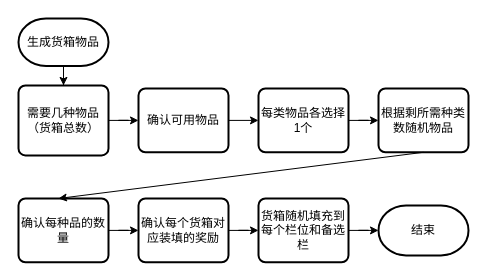
fanyixin0428/towerdefencegame keeps this draw.io diagram as page "第 4 页" (4 of 4) of Untitled Diagram.drawio. Above is the earlier version. Source tidied: cells renumbered, new cells numbered last; positions are measured from the earlier drawing's top-left corner, leaving out a move shared by most shapes. Both pictures are drawn from the tidied source at 100%, with x=0, y=0 at pixel (18, 18).
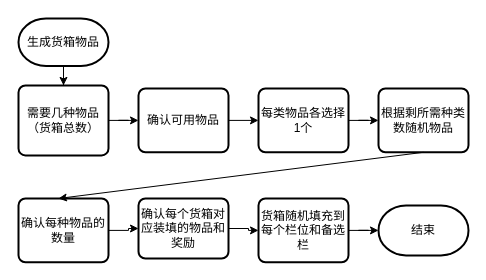
The same page after the edit.

What changed in the source:
```diff
@@
 <mxGraphModel>
   <root>
     <mxCell id="0" />
     <mxCell id="1" parent="0" />
     <mxCell id="2" style="edgeStyle=orthogonalEdgeStyle;rounded=0;jettySize=auto;html=1;fontSize=14;" parent="1" edge="1" source="3" target="5">
       <mxGeometry relative="1" as="geometry" />
     </mxCell>
     <mxCell id="3" value="生成货箱物品" style="strokeWidth=2;html=1;shape=mxgraph.flowchart.terminator;whiteSpace=wrap;" parent="1" vertex="1">
       <mxGeometry width="90" height="47.5" as="geometry" />
     </mxCell>
     <mxCell id="4" style="edgeStyle=orthogonalEdgeStyle;rounded=0;jettySize=auto;html=1;fontSize=14;" parent="1" edge="1" source="5" target="6">
       <mxGeometry relative="1" as="geometry" />
     </mxCell>
     <mxCell id="5" value="需要几种物品&lt;br&gt;（货箱总数）" style="rounded=1;whiteSpace=wrap;html=1;absoluteArcSize=1;arcSize=14;strokeWidth=2;" parent="1" vertex="1">
       <mxGeometry y="66.9" width="90" height="70" as="geometry" />
     </mxCell>
     <mxCell id="6" value="确认可用物品" style="rounded=1;whiteSpace=wrap;html=1;absoluteArcSize=1;arcSize=14;strokeWidth=2;" parent="1" vertex="1">
       <mxGeometry x="120" y="70" width="90" height="63.8" as="geometry" />
     </mxCell>
     <mxCell id="7" style="edgeStyle=orthogonalEdgeStyle;rounded=0;jettySize=auto;html=1;fontSize=14;" parent="1" edge="1" source="8" target="9">
       <mxGeometry relative="1" as="geometry" />
     </mxCell>
     <mxCell id="8" value="每类物品各选择1个" style="rounded=1;whiteSpace=wrap;html=1;absoluteArcSize=1;arcSize=14;strokeWidth=2;" parent="1" vertex="1">
       <mxGeometry x="240" y="70" width="90" height="63.8" as="geometry" />
     </mxCell>
     <mxCell id="9" value="根据剩所需种类数随机物品" style="rounded=1;whiteSpace=wrap;html=1;absoluteArcSize=1;arcSize=14;strokeWidth=2;" parent="1" vertex="1">
       <mxGeometry x="360" y="70" width="90" height="63.8" as="geometry" />
     </mxCell>
     <mxCell id="10" style="edgeStyle=orthogonalEdgeStyle;rounded=0;jettySize=auto;html=1;fontSize=14;" parent="1" edge="1" source="11" target="13">
       <mxGeometry relative="1" as="geometry" />
     </mxCell>
-    <mxCell id="11" value="确认每种品的数量" style="rounded=1;whiteSpace=wrap;html=1;absoluteArcSize=1;arcSize=14;strokeWidth=2;" parent="1" vertex="1">
+    <mxCell id="11" value="确认每种物品的数量" style="rounded=1;whiteSpace=wrap;html=1;absoluteArcSize=1;arcSize=14;strokeWidth=2;" parent="1" vertex="1">
       <mxGeometry y="180" width="90" height="63.8" as="geometry" />
     </mxCell>
     <mxCell id="12" style="edgeStyle=orthogonalEdgeStyle;rounded=0;jettySize=auto;html=1;fontSize=14;" parent="1" edge="1" source="13" target="16">
       <mxGeometry relative="1" as="geometry" />
     </mxCell>
-    <mxCell id="13" value="&lt;span&gt;确认每个货箱对应装填的奖励&lt;/span&gt;" style="rounded=1;whiteSpace=wrap;html=1;absoluteArcSize=1;arcSize=14;strokeWidth=2;" parent="1" vertex="1">
-      <mxGeometry x="120" y="180" width="90" height="63.8" as="geometry" />
+    <mxCell id="13" value="&lt;span&gt;确认每个货箱对应装填的物品和奖励&lt;/span&gt;" style="rounded=1;whiteSpace=wrap;html=1;absoluteArcSize=1;arcSize=14;strokeWidth=2;" parent="1" vertex="1">
+      <mxGeometry x="120" y="180" width="90" height="60" as="geometry" />
     </mxCell>
     <mxCell id="14" value="结束" style="strokeWidth=2;html=1;shape=mxgraph.flowchart.terminator;whiteSpace=wrap;" parent="1" vertex="1">
       <mxGeometry x="360" y="186.9" width="90" height="50" as="geometry" />
     </mxCell>
     <mxCell id="15" style="edgeStyle=orthogonalEdgeStyle;rounded=0;jettySize=auto;html=1;fontSize=14;" parent="1" edge="1" source="16" target="14">
       <mxGeometry relative="1" as="geometry" />
     </mxCell>
     <mxCell id="16" value="货箱随机填充到每个栏位和备选栏" style="rounded=1;whiteSpace=wrap;html=1;absoluteArcSize=1;arcSize=14;strokeWidth=2;" parent="1" vertex="1">
       <mxGeometry x="240" y="180" width="90" height="63.8" as="geometry" />
     </mxCell>
     <mxCell id="17" style="edgeStyle=orthogonalEdgeStyle;rounded=0;jettySize=auto;html=1;fontSize=14;entryX=0;entryY=0.5;entryDx=0;entryDy=0;exitX=1;exitY=0.5;exitDx=0;exitDy=0;" parent="1" edge="1" source="6" target="8">
       <mxGeometry relative="1" as="geometry" />
     </mxCell>
     <mxCell id="18" style="endArrow=classic;html=1;rounded=0;fontSize=14;exitX=0.5;exitY=1;exitDx=0;exitDy=0;entryX=0.444;entryY=0;entryDx=0;entryDy=0;entryPerimeter=0;" parent="1" edge="1" source="9" target="11">
       <mxGeometry relative="1" as="geometry" />
     </mxCell>
   </root>
 </mxGraphModel>
```
